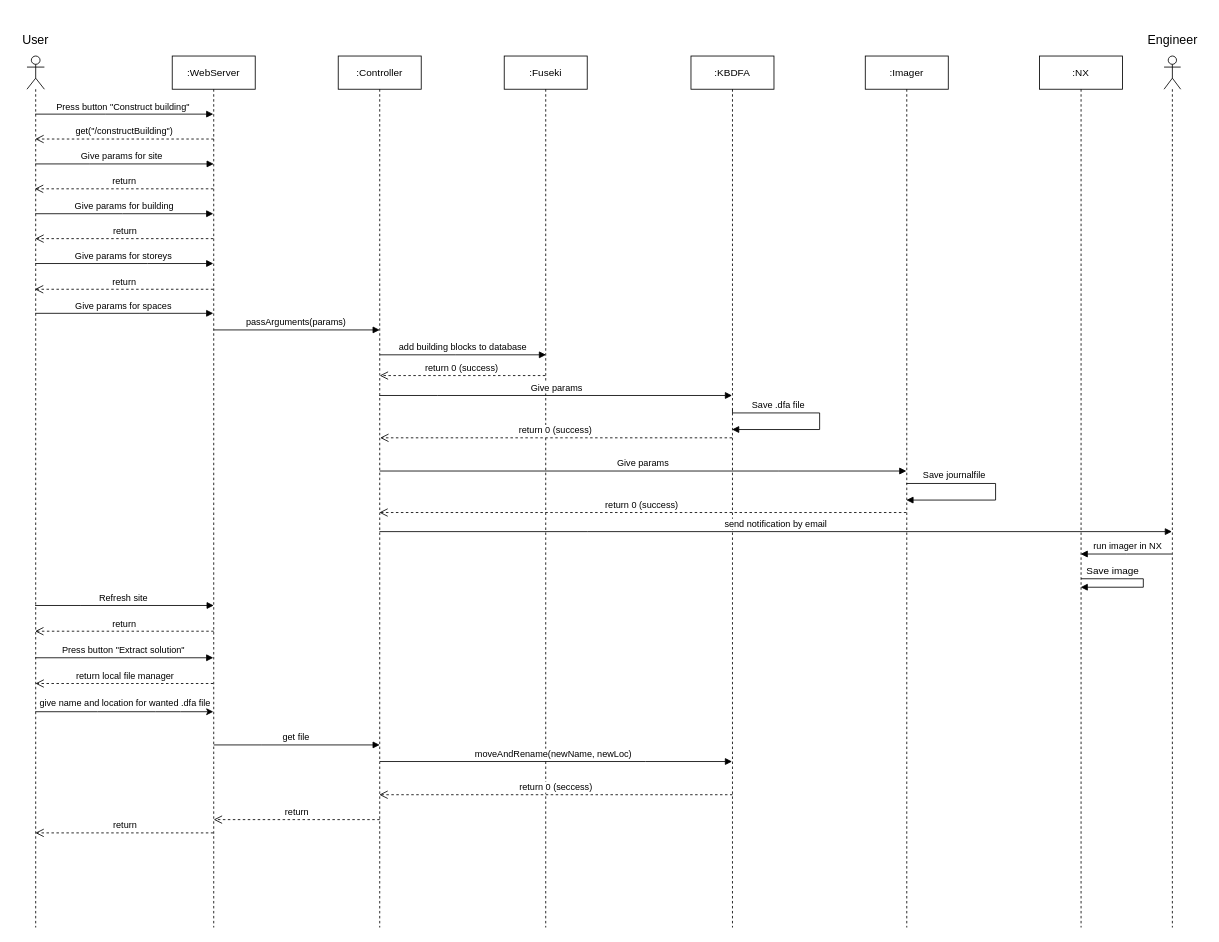
This is page "SeqConstruct" (5 of 8) of Diagrams/Diagrams.drawio from Hallvaeb/automation-p2-construction-knowledge-base, a draw.io file, before an edit. Source tidied: cells renumbered, new cells numbered last; positions are measured from the earlier drawing's top-left corner, leaving out a move shared by most shapes. Both pictures are drawn from the tidied source at 83%, with x=0, y=0 at pixel (14, 31).
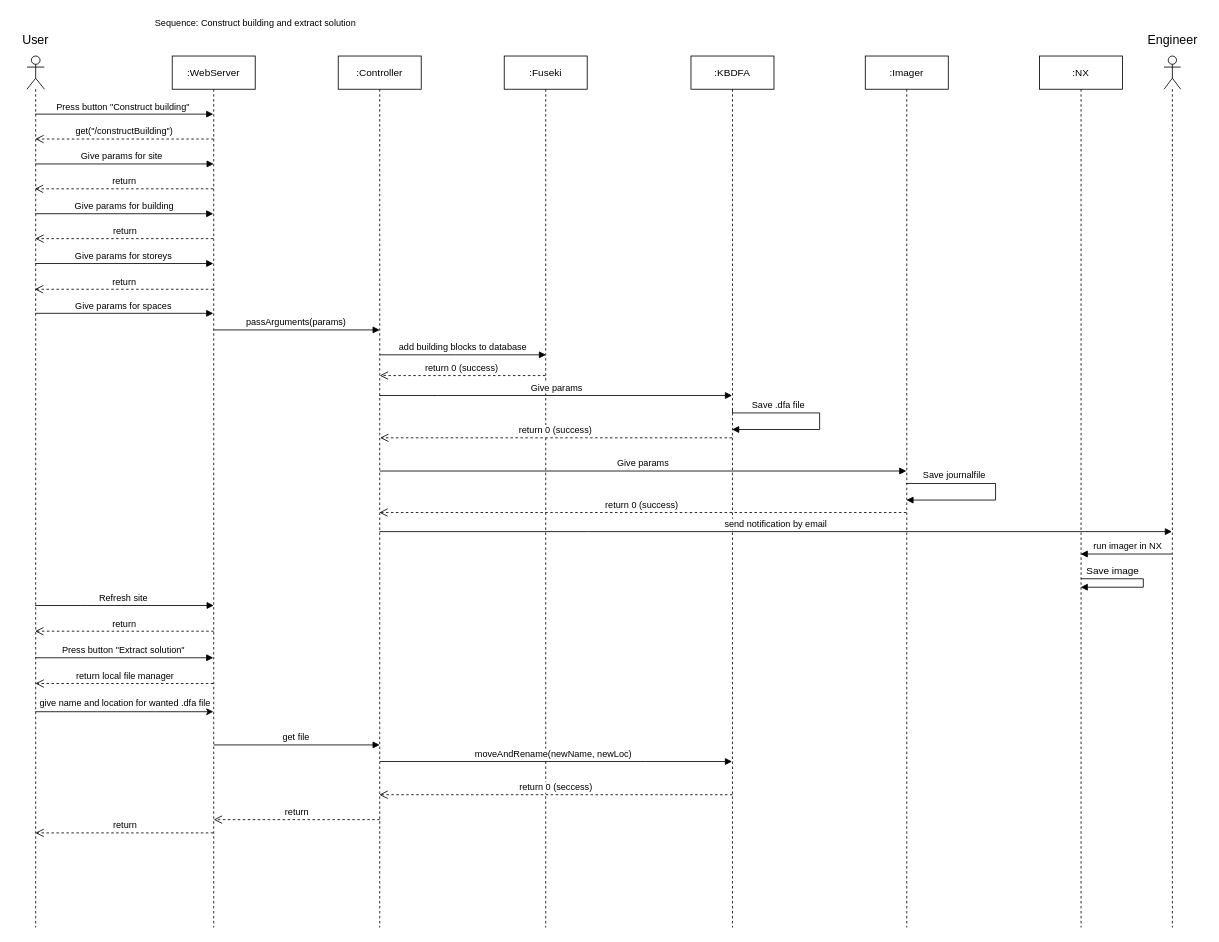
Above is the later version.

Commit message:
Update Construction SeqDia

What changed in the source:
```diff
@@
+    <mxCell id="47" value="Sequence: Construct building and extract solution" style="text;html=1;align=center;verticalAlign=middle;strokeColor=none;fillColor=none;fontSize=11;" parent="1" vertex="1">
+      <mxGeometry x="160" y="-20" width="260" height="20" as="geometry" />
+    </mxCell>
```
